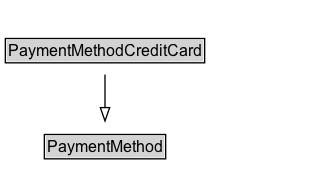
The Graphviz diagram docs/diagrams/PaymentMethodCreditCard.dot.png in k-vaughn/ontology-import-gr, before a commit. Its source is kept beside it as docs/diagrams/PaymentMethodCreditCard.dot. Its diagram source:
```dot
digraph {
	graph [overlap=false rankdir=TB splines=true]
	node [fontname=Arial fontsize=12 margin=0 shape=none]
	edge [fontname=Arial fontsize=11]
	PaymentMethodCreditCard [label=<<TABLE BORDER="1" CELLBORDER="0" CELLSPACING="0" CELLPADDING="1"><TR><TD BGCOLOR="lightgray" ALIGN="CENTER">PaymentMethodCreditCard</TD></TR></TABLE>> URL="../PaymentMethodCreditCard" margin=0]
	{
		rank=max
	}
	subgraph cluster_associated {
		label="" style=invis
		Invis [label=<<TABLE BORDER="0" CELLBORDER="0" CELLSPACING="0" CELLPADDING="1"><TR><TD></TD></TR></TABLE>> margin=0 style=invis]
	}
	PaymentMethod [label=<<TABLE BORDER="1" CELLBORDER="0" CELLSPACING="0" CELLPADDING="1"><TR><TD BGCOLOR="lightgray" ALIGN="CENTER">PaymentMethod</TD></TR></TABLE>> URL="../PaymentMethod" margin=0]
	PaymentMethodCreditCard -> PaymentMethod [arrowhead=onormal style=solid]
}
```
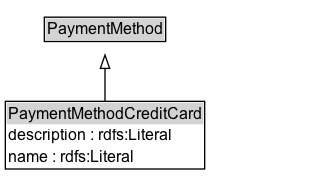
Above is the later version.

Diff of the diagram source:
```diff
@@ -2,7 +2,11 @@
 	graph [overlap=false rankdir=TB splines=true]
 	node [fontname=Arial fontsize=12 margin=0 shape=none]
 	edge [fontname=Arial fontsize=11]
-	PaymentMethodCreditCard [label=<<TABLE BORDER="1" CELLBORDER="0" CELLSPACING="0" CELLPADDING="1"><TR><TD BGCOLOR="lightgray" ALIGN="CENTER">PaymentMethodCreditCard</TD></TR></TABLE>> URL="../PaymentMethodCreditCard" margin=0]
+	{
+		rank=source
+		PaymentMethod [label=<<TABLE BORDER="1" CELLBORDER="0" CELLSPACING="0" CELLPADDING="1"><TR><TD BGCOLOR="lightgray" ALIGN="CENTER">PaymentMethod</TD></TR></TABLE>> URL="../PaymentMethod" margin=0]
+	}
+	PaymentMethodCreditCard [label=<<TABLE BORDER="1" CELLBORDER="0" CELLSPACING="0" CELLPADDING="1"><TR><TD BGCOLOR="lightgray" ALIGN="CENTER">PaymentMethodCreditCard</TD></TR><TR><TD ALIGN="LEFT">description : rdfs:Literal</TD></TR><TR><TD ALIGN="LEFT">name : rdfs:Literal</TD></TR></TABLE>> URL="../PaymentMethodCreditCard" margin=0]
 	{
 		rank=max
 	}
@@ -10,6 +14,5 @@
 		label="" style=invis
 		Invis [label=<<TABLE BORDER="0" CELLBORDER="0" CELLSPACING="0" CELLPADDING="1"><TR><TD></TD></TR></TABLE>> margin=0 style=invis]
 	}
-	PaymentMethod [label=<<TABLE BORDER="1" CELLBORDER="0" CELLSPACING="0" CELLPADDING="1"><TR><TD BGCOLOR="lightgray" ALIGN="CENTER">PaymentMethod</TD></TR></TABLE>> URL="../PaymentMethod" margin=0]
 	PaymentMethodCreditCard -> PaymentMethod [arrowhead=onormal style=solid]
 }
```
